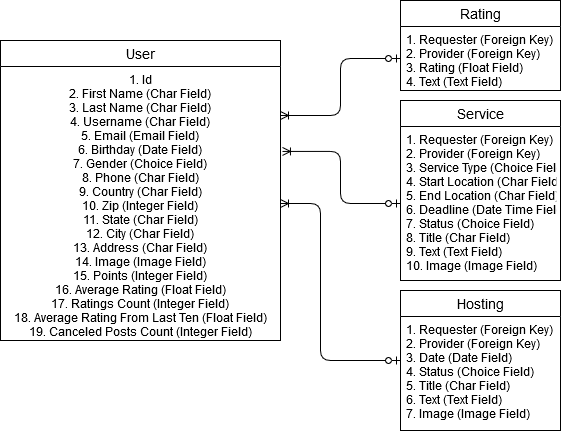
neobisairpack/Vrmatesbackend keeps this draw.io diagram as Vrmates ER.png. Above is the earlier version. Source tidied: cells renumbered, new cells last; positions are measured from the earlier drawing's top-left corner, leaving out a move shared by most shapes.
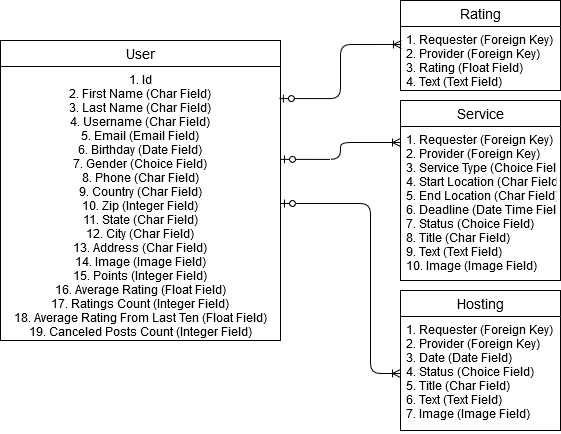
Above is the later version.

Change to the diagram source:
```diff
@@ -8,12 +8,9 @@
     <mxCell id="3" value="1. Id&#10;2. First Name (Char Field)&#10;3. Last Name (Char Field)&#10;4. Username (Char Field)&#10;5. Email (Email Field)&#10;6. Birthday (Date Field)&#10;7. Gender (Choice Field)&#10;8. Phone (Char Field)&#10;9. Country (Char Field)&#10;10. Zip (Integer Field)&#10;11. State (Char Field)&#10;12. City (Char Field)&#10;13. Address (Char Field)&#10;14. Image (Image Field)&#10;15. Points (Integer Field)&#10;16. Average Rating (Float Field)&#10;17. Ratings Count (Integer Field)&#10;18. Average Rating From Last Ten (Float Field)&#10;19. Canceled Posts Count (Integer Field)&#10;" style="text;strokeColor=none;fillColor=none;spacingLeft=4;spacingRight=4;overflow=hidden;points=[[0,0.5],[1,0.5]];portConstraint=eastwest;fontSize=12;align=center;" parent="2" vertex="1">
       <mxGeometry y="26" width="280" height="274" as="geometry" />
     </mxCell>
-    <mxCell id="4" style="edgeStyle=orthogonalEdgeStyle;fontSize=12;html=1;endArrow=ERoneToMany;startArrow=ERzeroToOne;entryX=1;entryY=0.25;entryDx=0;entryDy=0;exitX=0;exitY=0.5;exitDx=0;exitDy=0;" parent="1" edge="1" source="7" target="2">
+    <mxCell id="4" style="edgeStyle=orthogonalEdgeStyle;fontSize=12;html=1;endArrow=ERoneToMany;startArrow=ERzeroToOne;exitX=0.996;exitY=0.117;exitDx=0;exitDy=0;exitPerimeter=0;entryX=0.006;entryY=0.281;entryDx=0;entryDy=0;entryPerimeter=0;" parent="1" edge="1" source="3" target="7">
       <mxGeometry relative="1" as="geometry" />
     </mxCell>
-    <mxCell id="5" style="edgeStyle=orthogonalEdgeStyle;fontSize=12;html=1;endArrow=ERoneToMany;startArrow=ERzeroToOne;entryX=1.007;entryY=0.31;entryDx=0;entryDy=0;exitX=0;exitY=0.5;exitDx=0;exitDy=0;entryPerimeter=0;" parent="1" edge="1" source="9" target="3">
-      <mxGeometry relative="1" as="geometry" />
-    </mxCell>
     <mxCell id="6" value="Rating" style="swimlane;fontStyle=0;horizontal=1;startSize=26;align=center;fontSize=14;" parent="1" vertex="1">
       <mxGeometry x="400" width="160" height="90" as="geometry" />
     </mxCell>
@@ -32,11 +29,16 @@
     <mxCell id="11" value="1. Requester (Foreign Key)&#10;2. Provider (Foreign Key)&#10;3. Date (Date Field)&#10;4. Status (Choice Field)&#10;5. Title (Char Field)&#10;6. Text (Text Field)&#10;7. Image (Image Field)&#10;" style="text;strokeColor=none;fillColor=none;spacingLeft=4;spacingRight=4;overflow=hidden;points=[[0,0.5],[1,0.5]];portConstraint=eastwest;fontSize=12;" parent="10" vertex="1">
       <mxGeometry y="26" width="160" height="114" as="geometry" />
     </mxCell>
+    <mxCell id="5" style="edgeStyle=orthogonalEdgeStyle;fontSize=12;html=1;endArrow=ERoneToMany;startArrow=ERzeroToOne;exitX=1;exitY=0.339;exitDx=0;exitDy=0;exitPerimeter=0;" parent="1" edge="1" source="3">
+      <mxGeometry relative="1" as="geometry">
+        <mxPoint x="400" y="142" as="targetPoint" />
+      </mxGeometry>
+    </mxCell>
-    <mxCell id="12" style="edgeStyle=orthogonalEdgeStyle;fontSize=12;html=1;endArrow=ERoneToMany;startArrow=ERzeroToOne;exitX=0;exitY=0.5;exitDx=0;exitDy=0;entryX=1;entryY=0.5;entryDx=0;entryDy=0;" parent="1" edge="1" source="10" target="3">
+    <mxCell id="12" style="edgeStyle=orthogonalEdgeStyle;fontSize=12;html=1;endArrow=ERoneToMany;startArrow=ERzeroToOne;entryX=0;entryY=0.5;entryDx=0;entryDy=0;exitX=1;exitY=0.5;exitDx=0;exitDy=0;" parent="1" edge="1" source="3" target="11">
       <mxGeometry relative="1" as="geometry">
         <Array as="points">
-          <mxPoint x="320" y="360" />
-          <mxPoint x="320" y="203" />
+          <mxPoint x="370" y="203" />
+          <mxPoint x="370" y="373" />
         </Array>
       </mxGeometry>
     </mxCell>
```
